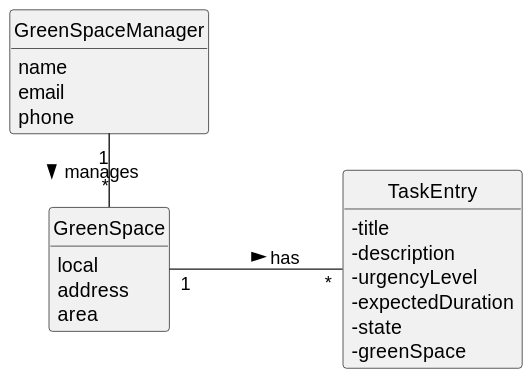
Above: docs/sprintC/us024/02.analysis/svg/us024-domain-model.svg in Departamento-de-Engenharia-Informatica/lei-24-s2-1dkl-g134 (PlantUML), before the change. Its diagram source:
```plantuml
@startuml
skinparam monochrome true
skinparam packageStyle rectangle
skinparam shadowing false

left to right direction
skinparam classAttributeIconSize 0

hide circle
hide methods


class GreenSpace{
    local
    address
    area
}

class "TaskEntry" {
    -title
    -description
    -urgencyLevel
    -expectedDuration
    -state
    -greenSpace
}
class GreenSpaceManager {
    name
    email
    phone
}
GreenSpace "1" -- "*" "TaskEntry" : has >
GreenSpaceManager "1" - "*" GreenSpace : manages >
@enduml
```
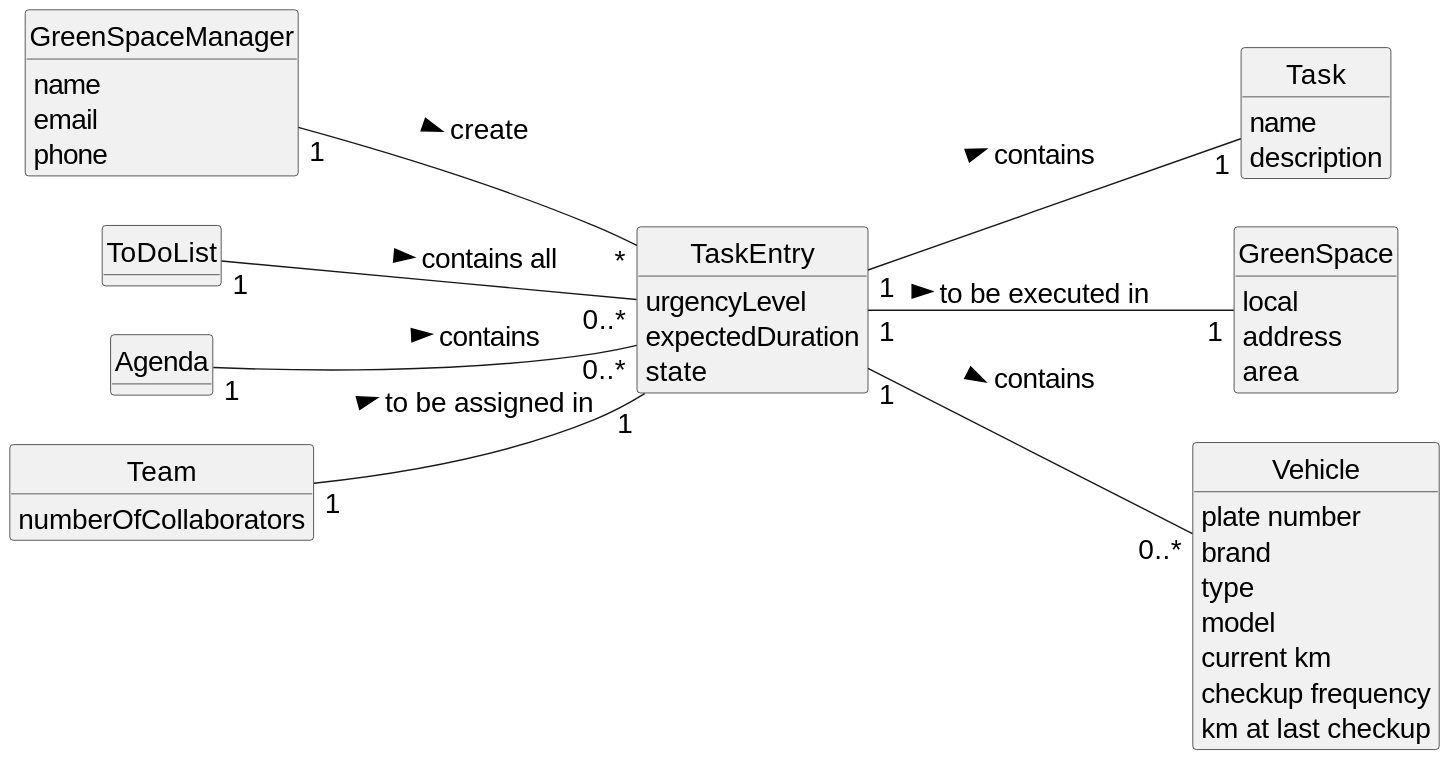
Later version of the same file.

Commit message:
US024 Domain Model update

Diff of the diagram source:
```diff
@@ -1,14 +1,43 @@
 @startuml
+skinparamlocked defaultFontSize 20
 skinparam monochrome true
 skinparam packageStyle rectangle
 skinparam shadowing false
 
 left to right direction
+
 skinparam classAttributeIconSize 0
 
 hide circle
 hide methods
 
+
+class GreenSpaceManager{
+    name
+    email
+    phone
+}
+
+class ToDoList {
+}
+
+class Task {
+    name
+    description
+}
+
+class TaskEntry{
+    urgencyLevel
+    expectedDuration
+    state
+}
+
+class Agenda{
+}
+
+class Team {
+    numberOfCollaborators
+}
 
 class GreenSpace{
     local
@@ -16,19 +45,21 @@
     area
 }
 
-class "TaskEntry" {
-    -title
-    -description
-    -urgencyLevel
-    -expectedDuration
-    -state
-    -greenSpace
+class Vehicle {
+    plate number
+    brand
+    type
+    model
+    current km
+    checkup frequency
+    km at last checkup
 }
-class GreenSpaceManager {
-    name
-    email
-    phone
-}
-GreenSpace "1" -- "*" "TaskEntry" : has >
-GreenSpaceManager "1" - "*" GreenSpace : manages >
+
+"GreenSpaceManager" "1" -- "*" "TaskEntry" :  create >
+TaskEntry "1"--"1" Task : contains >
+TaskEntry "1"--"1" GreenSpace : to be executed in >
+Team "1"--"1" TaskEntry : to be assigned in >
+Agenda "1"--"0..*" TaskEntry : contains >
+ToDoList "1"--"0..*" TaskEntry : contains all >
+TaskEntry "1"--"0..*" Vehicle : contains >
 @enduml
```
